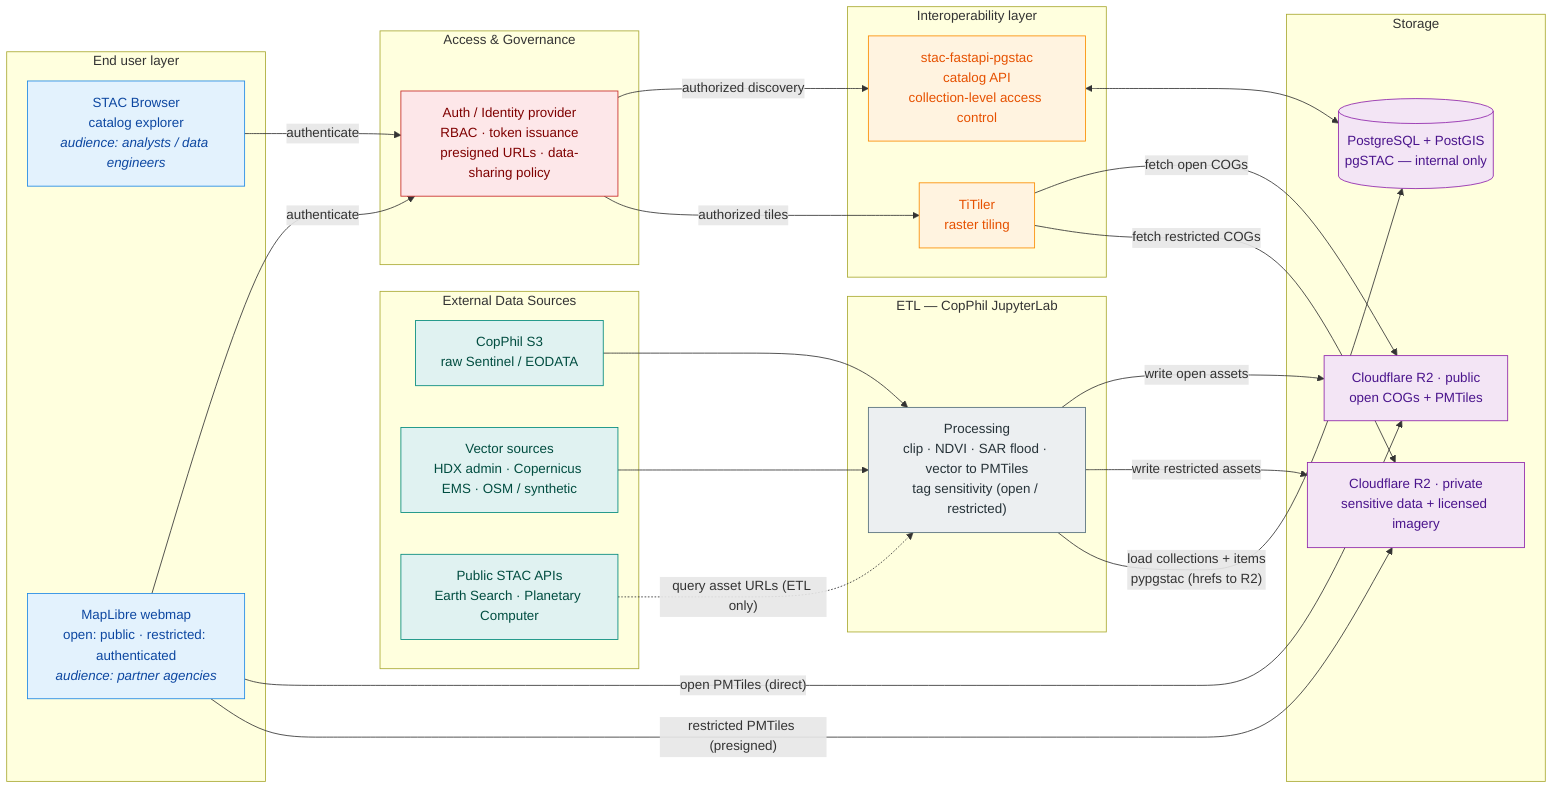
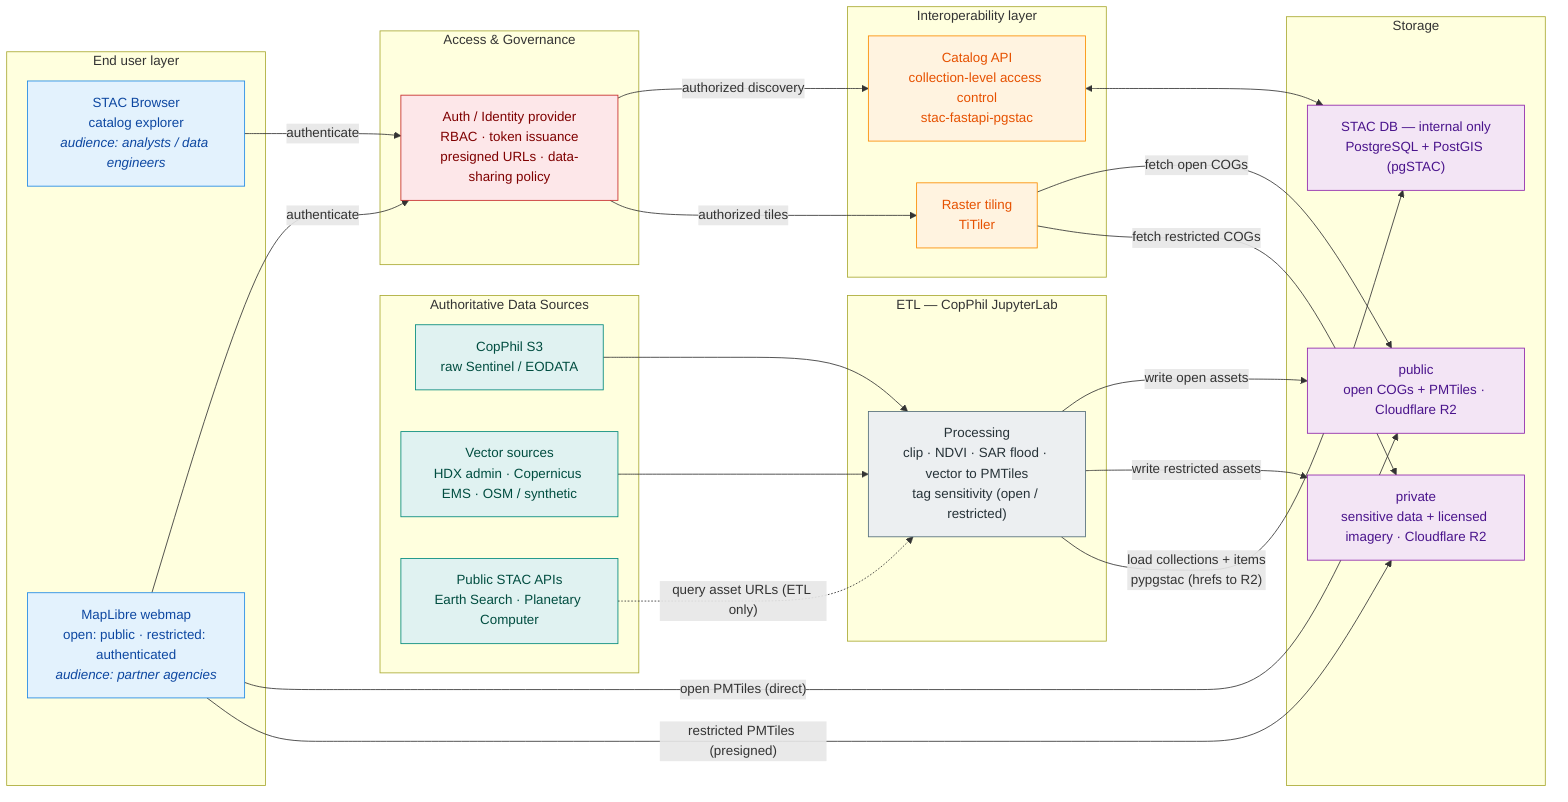
flowchart LR
-     subgraph SRC["External Data Sources"]
+     subgraph SRC["Authoritative Data Sources"]
        COP["CopPhil S3<br/>raw Sentinel / EODATA"]
        VEC["Vector sources<br/>HDX admin · Copernicus EMS · OSM / synthetic"]
        PUB["Public STAC APIs<br/>Earth Search · Planetary Computer"]
    end

    subgraph ETLP["ETL — CopPhil JupyterLab"]
        JUP["Processing<br/>clip · NDVI · SAR flood · vector to PMTiles<br/>tag sensitivity (open / restricted)"]
    end

    subgraph STORE["Storage"]
-         R2PRIV["Cloudflare R2 · private<br/>sensitive data + licensed imagery"]
-         DB[("PostgreSQL + PostGIS<br/>pgSTAC — internal only")]
-         R2PUB["Cloudflare R2 · public<br/>open COGs + PMTiles"]
+         R2PRIV["private<br/>sensitive data + licensed imagery · Cloudflare R2"]
+         DB["STAC DB — internal only<br/>PostgreSQL + PostGIS (pgSTAC)"]
+         R2PUB["public<br/>open COGs + PMTiles · Cloudflare R2"]
    end

    subgraph UIP["End user layer"]
        BROW["STAC Browser<br/>catalog explorer<br/><i>audience: analysts / data engineers</i>"]
        MAP["MapLibre webmap<br/>open: public · restricted: authenticated<br/><i>audience: partner agencies</i>"]
    end

    subgraph GATE["Access &amp; Governance"]
        AUTH["Auth / Identity provider<br/>RBAC · token issuance<br/>presigned URLs · data-sharing policy"]
    end

    subgraph SERVE["Interoperability layer"]
-         API["stac-fastapi-pgstac<br/>catalog API<br/>collection-level access control"]
-         TIT["TiTiler<br/>raster tiling"]
+         API["Catalog API<br/>collection-level access control<br/>stac-fastapi-pgstac"]
+         TIT["Raster tiling<br/>"TiTiler]
    end

    COP --> JUP
    VEC --> JUP
    PUB -. "query asset URLs (ETL only)" .-> JUP
    JUP -- "write open assets" --> R2PUB
    JUP -- "write restricted assets" --> R2PRIV

    BROW -- "authenticate" --> AUTH
    MAP -- "authenticate" --> AUTH
    AUTH -- "authorized discovery" --> API
    AUTH -- "authorized tiles" --> TIT
    API <--> DB

    TIT -- "fetch open COGs" --> R2PUB
    TIT -- "fetch restricted COGs" --> R2PRIV
    MAP -- "open PMTiles (direct)" --> R2PUB
    MAP -- "restricted PMTiles (presigned)" --> R2PRIV
    JUP -- "load collections + items<br/>pypgstac (hrefs to R2)" --> DB

    classDef src fill:#e0f2f1,stroke:#00897b,color:#004d40;
    classDef etl fill:#eceff1,stroke:#546e7a,color:#263238;
    classDef store fill:#f3e5f5,stroke:#8e24aa,color:#4a148c;
    classDef serve fill:#fff3e0,stroke:#fb8c00,color:#e65100;
    classDef gate fill:#fde7e9,stroke:#c62828,color:#7f0000;
    classDef ui fill:#e3f2fd,stroke:#1e88e5,color:#0d47a1;

    class COP,PUB,VEC src;
    class JUP etl;
    class DB,R2PUB,R2PRIV store;
    class API,TIT serve;
    class AUTH gate;
    class MAP,BROW ui;
